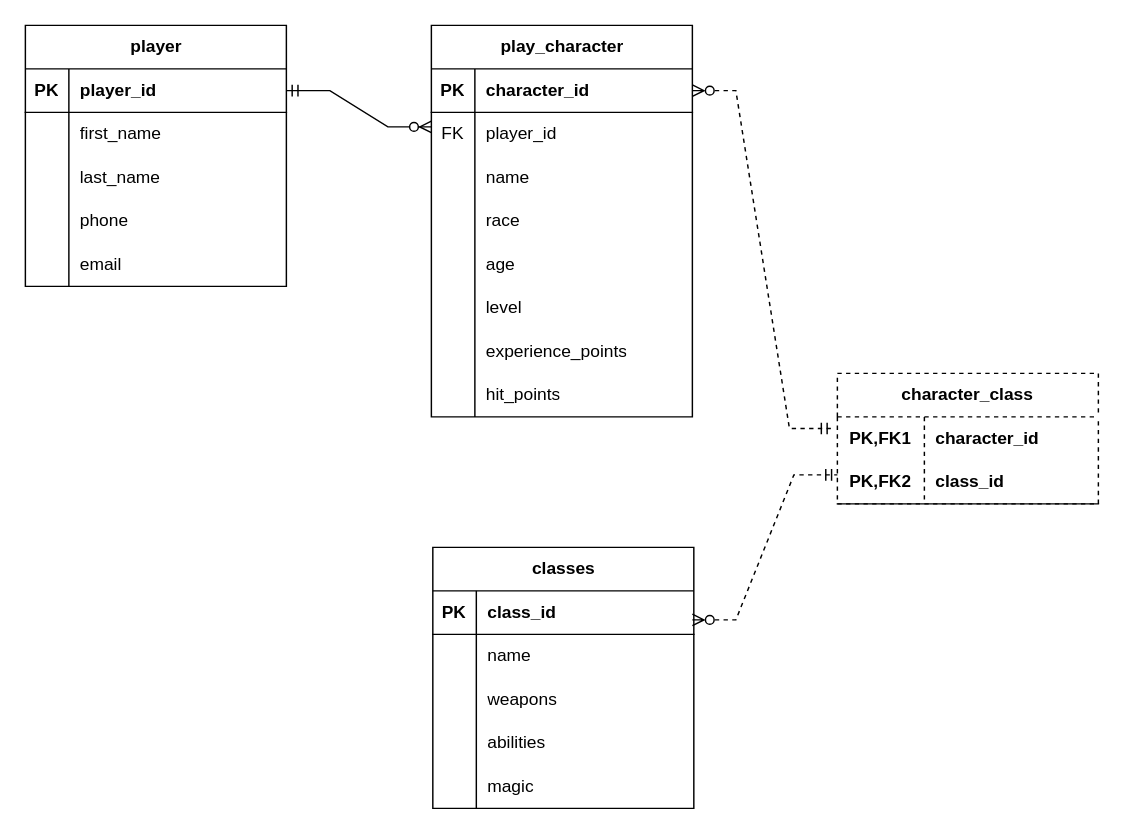
Above: rpg.drawio in cwahlund/simple-rpg-tracker (draw.io), before the change. Source tidied: cells renumbered, new cells numbered last; positions are measured from the earlier drawing's top-left corner, leaving out a move shared by most shapes. Both pictures are drawn from the tidied source at 145%, with x=0, y=0 at pixel (25, 25).
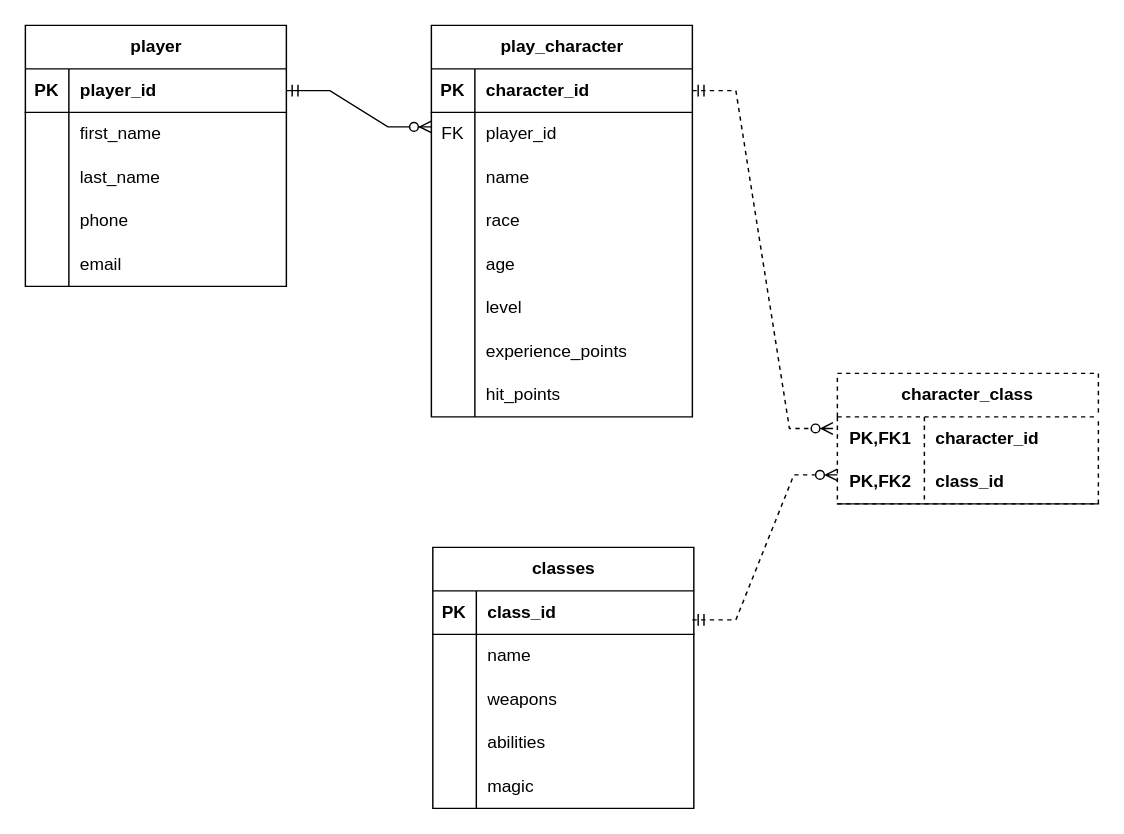
The same diagram, later.

Commit message (it also covers changes not shown here):
Finished CRUD operations for player, updated ERD

The change refers to these unchanged cells:
```xml
<mxCell id="19" style="shape=tableRow;horizontal=0;startSize=0;swimlaneHead=0;swimlaneBody=0;fillColor=none;points=[[0,0.5],[1,0.5]];portConstraint=eastwest;top=0;left=0;right=0;bottom=1;" parent="18" vertex="1">
  <mxGeometry y="30" width="180" height="30" as="geometry" />
</mxCell>
<mxCell id="60" style="shape=tableRow;horizontal=0;startSize=0;swimlaneHead=0;swimlaneBody=0;fillColor=none;points=[[0,0.5],[1,0.5]];portConstraint=eastwest;top=0;left=0;right=0;bottom=0;html=1;" parent="59" vertex="1">
  <mxGeometry y="30" width="180" height="30" as="geometry" />
</mxCell>
```

Change to the diagram source:
```diff
@@
-    <mxCell id="67" style="edgeStyle=entityRelationEdgeStyle;fontSize=12;html=1;endArrow=ERmandOne;startArrow=ERzeroToMany;rounded=0;exitX=1;exitY=0.5;exitDx=0;exitDy=0;entryX=-0.017;entryY=0.267;entryDx=0;entryDy=0;entryPerimeter=0;dashed=1;startFill=0;endFill=0;" parent="1" edge="1" source="19" target="60">
+    <mxCell id="67" style="edgeStyle=entityRelationEdgeStyle;fontSize=12;html=1;endArrow=ERzeroToMany;startArrow=ERmandOne;rounded=0;exitX=1;exitY=0.5;exitDx=0;exitDy=0;entryX=-0.017;entryY=0.267;entryDx=0;entryDy=0;entryPerimeter=0;dashed=1;startFill=0;endFill=0;" parent="1" edge="1" source="19" target="60">
       <mxGeometry relative="1" as="geometry" />
     </mxCell>
-    <mxCell id="68" style="edgeStyle=entityRelationEdgeStyle;fontSize=12;html=1;endArrow=ERmandOne;startArrow=ERzeroToMany;rounded=0;dashed=1;endFill=0;startFill=0;" parent="1" edge="1">
+    <mxCell id="68" style="edgeStyle=entityRelationEdgeStyle;fontSize=12;html=1;endArrow=ERzeroToMany;startArrow=ERmandOne;rounded=0;dashed=1;endFill=0;startFill=0;" parent="1" edge="1">
       <mxGeometry relative="1" as="geometry">
         <mxPoint x="460" y="410" as="sourcePoint" />
         <mxPoint x="560" y="310" as="targetPoint" />
       </mxGeometry>
     </mxCell>
```
